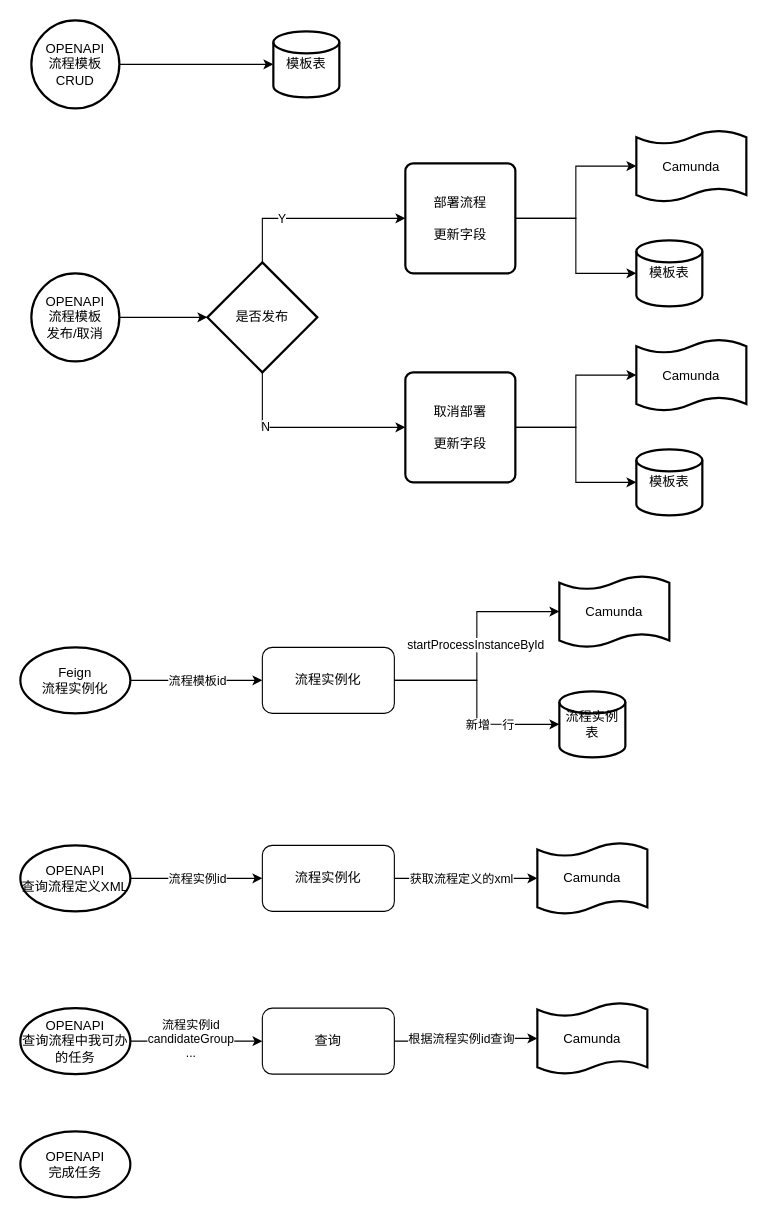
Above: geely/ssp/ssp-workflow/流程模板.drawio in icodegarden/drawio (draw.io), before the change. Source tidied: cells renumbered, new cells numbered last; positions are measured from the earlier drawing's top-left corner, leaving out a move shared by most shapes. Both pictures are drawn from the tidied source at 110%, with x=0, y=0 at pixel (20, 20).
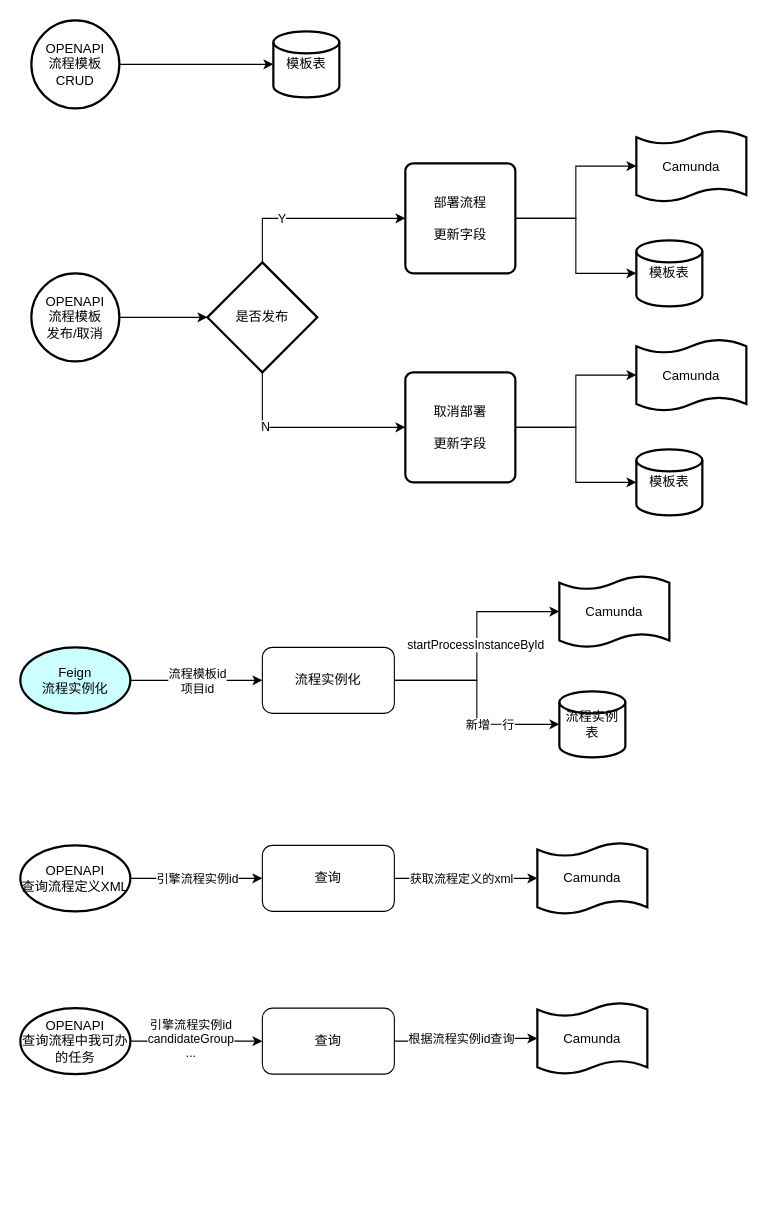
Above is the later version.

Commit message (it also covers changes not shown here):
更新流程模板.drawio

Unchanged cells that the change refers to:
```xml
<mxCell id="22" style="edgeStyle=orthogonalEdgeStyle;rounded=0;jettySize=auto;html=1;entryX=0;entryY=0.5;entryDx=0;entryDy=0;" parent="1" edge="1" source="24" target="25">
  <mxGeometry relative="1" as="geometry" />
</mxCell>
<mxCell id="32" style="edgeStyle=orthogonalEdgeStyle;rounded=0;jettySize=auto;html=1;" parent="1" edge="1" source="34" target="35">
  <mxGeometry relative="1" as="geometry" />
</mxCell>
<mxCell id="39" style="edgeStyle=orthogonalEdgeStyle;rounded=0;jettySize=auto;html=1;" parent="1" edge="1" source="41" target="42">
  <mxGeometry relative="1" as="geometry" />
</mxCell>
```

Change to the diagram source:
```diff
@@
-    <mxCell id="23" value="流程模板id" style="edgeLabel;html=1;align=center;verticalAlign=middle;" parent="22" vertex="1">
+    <mxCell id="23" value="流程模板id&lt;div&gt;项目id&lt;/div&gt;" style="edgeLabel;html=1;align=center;verticalAlign=middle;" parent="22" vertex="1">
       <mxGeometry x="-0.4" y="-2" relative="1" as="geometry">
         <mxPoint x="24" y="-2" as="offset" />
       </mxGeometry>
     </mxCell>
-    <mxCell id="24" value="Feign&lt;div&gt;流程&lt;span style=&quot;background-color: initial;&quot;&gt;实例化&lt;/span&gt;&lt;/div&gt;" style="strokeWidth=2;html=1;shape=mxgraph.flowchart.start_1;whiteSpace=wrap;" parent="1" vertex="1">
+    <mxCell id="24" value="Feign&lt;div&gt;流程&lt;span style=&quot;background-color: initial;&quot;&gt;实例化&lt;/span&gt;&lt;/div&gt;" style="strokeWidth=2;html=1;shape=mxgraph.flowchart.start_1;whiteSpace=wrap;fillColor=#CCFFFF;" parent="1" vertex="1">
       <mxGeometry y="570" width="100" height="60" as="geometry" />
     </mxCell>
@@
-    <mxCell id="33" value="流程实例id" style="edgeLabel;html=1;align=center;verticalAlign=middle;" parent="32" vertex="1">
+    <mxCell id="33" value="引擎流程实例id" style="edgeLabel;html=1;align=center;verticalAlign=middle;" parent="32" vertex="1">
       <mxGeometry x="-0.4" y="-2" relative="1" as="geometry">
         <mxPoint x="24" y="-2" as="offset" />
       </mxGeometry>
     </mxCell>
@@
-    <mxCell id="35" value="流程实例化" style="rounded=1;whiteSpace=wrap;html=1;" parent="1" vertex="1">
+    <mxCell id="35" value="查询" style="rounded=1;whiteSpace=wrap;html=1;" parent="1" vertex="1">
       <mxGeometry x="220" y="750" width="120" height="60" as="geometry" />
     </mxCell>
@@
-    <mxCell id="40" value="流程实例id&lt;div&gt;candidateGroup&lt;/div&gt;&lt;div&gt;...&lt;/div&gt;" style="edgeLabel;html=1;align=center;verticalAlign=middle;" parent="39" vertex="1">
+    <mxCell id="40" value="引擎流程实例id&lt;div&gt;candidateGroup&lt;/div&gt;&lt;div&gt;...&lt;/div&gt;" style="edgeLabel;html=1;align=center;verticalAlign=middle;" parent="39" vertex="1">
       <mxGeometry x="-0.1" y="3" relative="1" as="geometry" />
     </mxCell>
@@
-    <mxCell id="46" value="OPENAPI&lt;div&gt;完成任务&lt;/div&gt;" style="strokeWidth=2;html=1;shape=mxgraph.flowchart.start_1;whiteSpace=wrap;" parent="1" vertex="1">
-      <mxGeometry y="1010" width="100" height="60" as="geometry" />
-    </mxCell>
```
